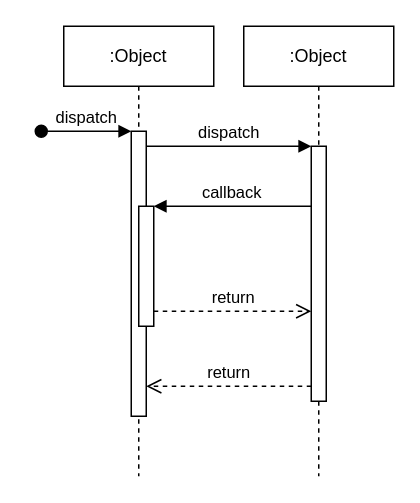
The draw.io diagram demo-spring-boot/demo-spring-security/标准的用户+密码登录时序图.drawio in dexterleslie1/demonstration, before the edit. Source tidied: cells renumbered, new cells numbered last; positions are measured from the earlier drawing's top-left corner, leaving out a move shared by most shapes. Both pictures are drawn from the tidied source at 150%, with x=0, y=0 at pixel (40, 26).
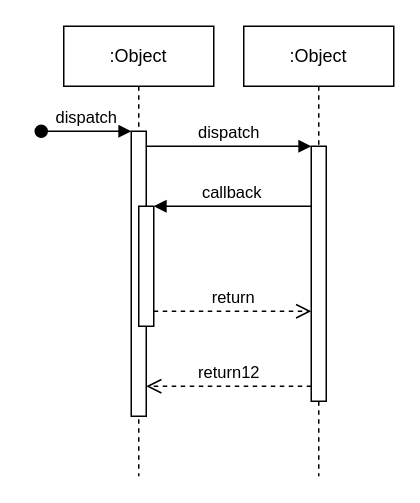
Above is the later version.

Commit message:
更新标准的用户+密码登录时序图.drawio

Diff of the diagram source:
```diff
@@
 <mxGraphModel>
   <root>
     <mxCell id="0" />
     <mxCell id="1" parent="0" />
     <mxCell id="2" value=":Object" style="shape=umlLifeline;perimeter=lifelinePerimeter;whiteSpace=wrap;html=1;newEdgeStyle={&quot;edgeStyle&quot;:&quot;elbowEdgeStyle&quot;,&quot;elbow&quot;:&quot;vertical&quot;,&quot;curved&quot;:0,&quot;rounded&quot;:0};" parent="1" vertex="1">
       <mxGeometry x="15" width="100" height="300" as="geometry" />
     </mxCell>
     <mxCell id="3" style="html=1;points=[];perimeter=orthogonalPerimeter;outlineConnect=0;targetShapes=umlLifeline;portConstraint=eastwest;newEdgeStyle={&quot;edgeStyle&quot;:&quot;elbowEdgeStyle&quot;,&quot;elbow&quot;:&quot;vertical&quot;,&quot;curved&quot;:0,&quot;rounded&quot;:0};" parent="2" vertex="1">
       <mxGeometry x="45" y="70" width="10" height="190" as="geometry" />
     </mxCell>
     <mxCell id="4" value="dispatch" style="html=1;verticalAlign=bottom;startArrow=oval;endArrow=block;startSize=8;edgeStyle=elbowEdgeStyle;elbow=vertical;curved=0;rounded=0;" parent="2" edge="1" target="3">
       <mxGeometry relative="1" as="geometry">
         <mxPoint x="-15" y="70" as="sourcePoint" />
       </mxGeometry>
     </mxCell>
     <mxCell id="5" style="html=1;points=[];perimeter=orthogonalPerimeter;outlineConnect=0;targetShapes=umlLifeline;portConstraint=eastwest;newEdgeStyle={&quot;edgeStyle&quot;:&quot;elbowEdgeStyle&quot;,&quot;elbow&quot;:&quot;vertical&quot;,&quot;curved&quot;:0,&quot;rounded&quot;:0};" parent="2" vertex="1">
       <mxGeometry x="50" y="120" width="10" height="80" as="geometry" />
     </mxCell>
     <mxCell id="6" value=":Object" style="shape=umlLifeline;perimeter=lifelinePerimeter;whiteSpace=wrap;html=1;newEdgeStyle={&quot;edgeStyle&quot;:&quot;elbowEdgeStyle&quot;,&quot;elbow&quot;:&quot;vertical&quot;,&quot;curved&quot;:0,&quot;rounded&quot;:0};" parent="1" vertex="1">
       <mxGeometry x="135" width="100" height="300" as="geometry" />
     </mxCell>
     <mxCell id="7" style="html=1;points=[];perimeter=orthogonalPerimeter;outlineConnect=0;targetShapes=umlLifeline;portConstraint=eastwest;newEdgeStyle={&quot;edgeStyle&quot;:&quot;elbowEdgeStyle&quot;,&quot;elbow&quot;:&quot;vertical&quot;,&quot;curved&quot;:0,&quot;rounded&quot;:0};" parent="6" vertex="1">
       <mxGeometry x="45" y="80" width="10" height="170" as="geometry" />
     </mxCell>
     <mxCell id="8" value="dispatch" style="html=1;verticalAlign=bottom;endArrow=block;edgeStyle=elbowEdgeStyle;elbow=vertical;curved=0;rounded=0;" parent="1" edge="1" source="3" target="7">
       <mxGeometry relative="1" as="geometry">
         <Array as="points">
           <mxPoint x="155" y="80" />
         </Array>
       </mxGeometry>
     </mxCell>
-    <mxCell id="9" value="return" style="html=1;verticalAlign=bottom;endArrow=open;dashed=1;endSize=8;edgeStyle=elbowEdgeStyle;elbow=vertical;curved=0;rounded=0;" parent="1" edge="1" source="7" target="3">
+    <mxCell id="9" value="return12" style="html=1;verticalAlign=bottom;endArrow=open;dashed=1;endSize=8;edgeStyle=elbowEdgeStyle;elbow=vertical;curved=0;rounded=0;" parent="1" edge="1" source="7" target="3">
       <mxGeometry relative="1" as="geometry">
         <Array as="points">
           <mxPoint x="165" y="240" />
         </Array>
       </mxGeometry>
     </mxCell>
     <mxCell id="10" value="callback" style="html=1;verticalAlign=bottom;endArrow=block;edgeStyle=elbowEdgeStyle;elbow=vertical;curved=0;rounded=0;" parent="1" edge="1" source="7" target="5">
       <mxGeometry relative="1" as="geometry">
         <Array as="points">
           <mxPoint x="165" y="120" />
         </Array>
       </mxGeometry>
     </mxCell>
     <mxCell id="11" value="return" style="html=1;verticalAlign=bottom;endArrow=open;dashed=1;endSize=8;edgeStyle=elbowEdgeStyle;elbow=vertical;curved=0;rounded=0;" parent="1" edge="1" source="5" target="7">
       <mxGeometry relative="1" as="geometry">
         <Array as="points">
           <mxPoint x="155" y="190" />
         </Array>
       </mxGeometry>
     </mxCell>
   </root>
 </mxGraphModel>
```
